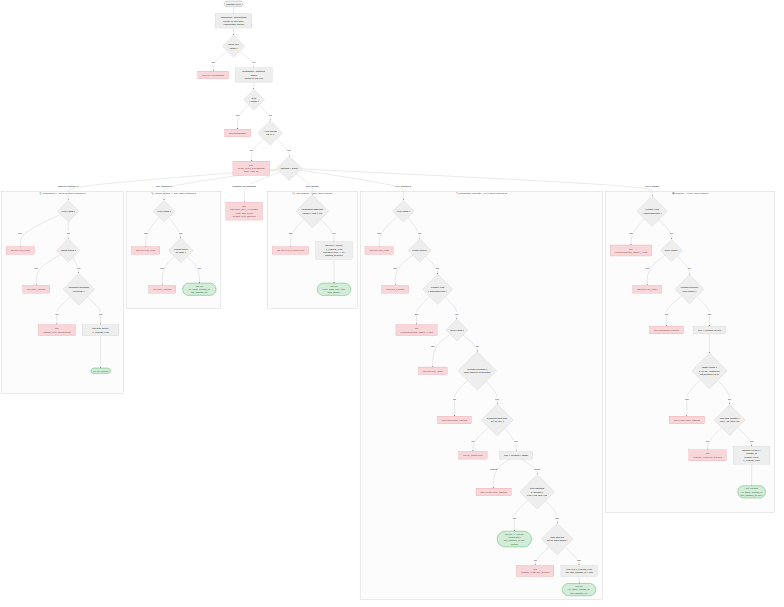
Above: diagrams/US-003-themes-crud.png in ODehel/quiz-buzzer-docs (Mermaid), before the change. Its source is kept beside it as diagrams/US-003-themes-crud.mmd.
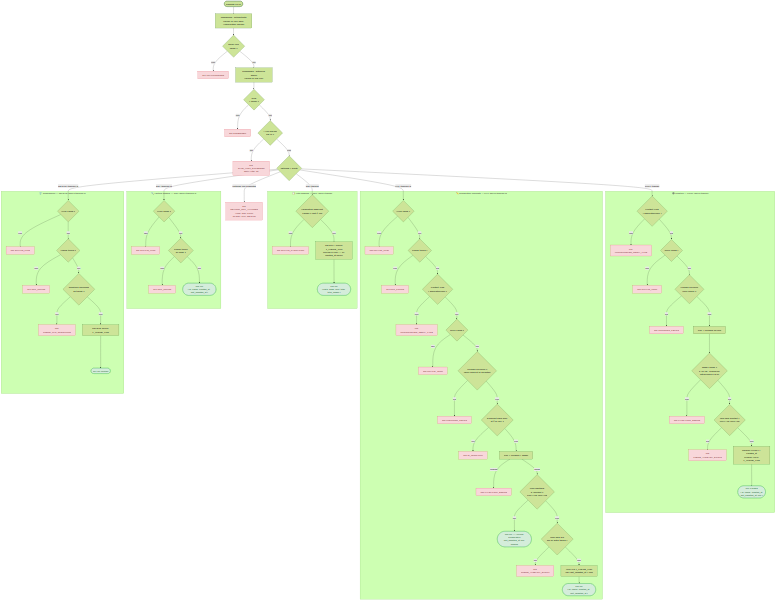
The same file after the commit.

The edit, as a diff of the source:
```diff
@@ -1,4 +1,4 @@
-%%{init: {"theme": "neutral", "flowchart": {"curve": "basis"}}}%%
+%%{init: {"theme": "forest", "flowchart": {"curve": "basis"}}}%%
 flowchart TD
     REQ(["Requête HTTP"]) --> MW_AUTH["Middleware : authenticate\nVérifier le JWT dans Authorization: Bearer"]
     MW_AUTH --> AUTH_OK{"Token JWT\nvalide ?"}
```
